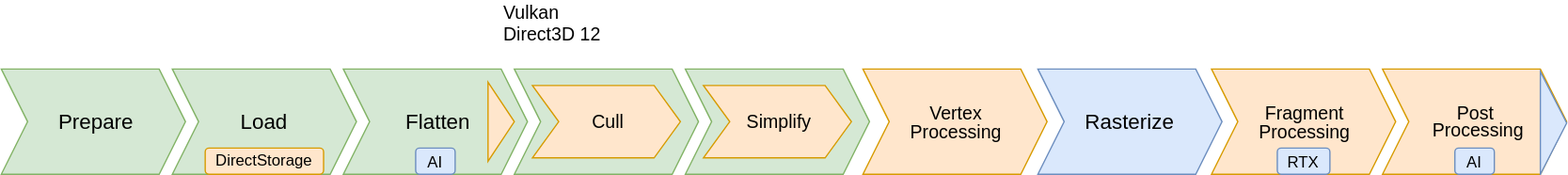
The draw.io diagram assets/images/graphics-pipeline-specialization.svg in TheCandidStartup/TheCandidStartup.github.io, before a commit. Source tidied: cells renumbered, new cells last; positions are measured from the earlier drawing's top-left corner, leaving out a move shared by most shapes.
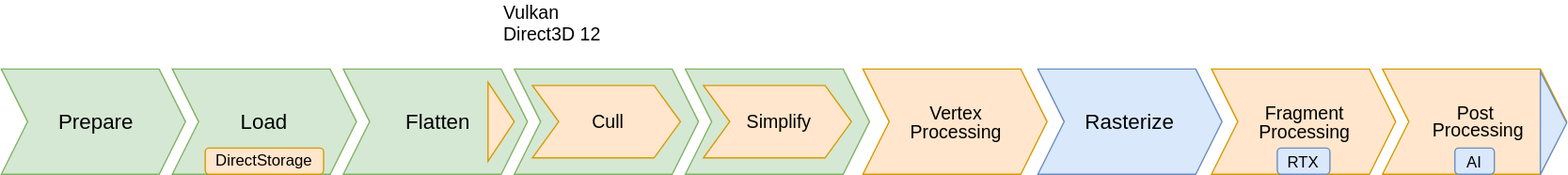
After the change.

Commit message:
Completed first draft

What changed in the source:
```diff
@@ -47,9 +47,6 @@
     <mxCell id="16" value="DirectStorage" style="rounded=1;whiteSpace=wrap;html=1;fontSize=12;fillColor=#ffe6cc;strokeColor=#d79b00;" parent="1" vertex="1">
       <mxGeometry x="155" y="110" width="90" height="20" as="geometry" />
     </mxCell>
-    <mxCell id="17" value="&lt;font style=&quot;font-size: 12px;&quot;&gt;AI&lt;/font&gt;" style="rounded=1;whiteSpace=wrap;html=1;fontSize=14;fillColor=#dae8fc;strokeColor=#6c8ebf;" parent="1" vertex="1">
-      <mxGeometry x="315" y="110" width="30" height="20" as="geometry" />
-    </mxCell>
     <mxCell id="18" value="&lt;font style=&quot;font-size: 12px;&quot;&gt;AI&lt;/font&gt;" style="rounded=1;whiteSpace=wrap;html=1;fontSize=14;fillColor=#dae8fc;strokeColor=#6c8ebf;" parent="1" vertex="1">
       <mxGeometry x="1105" y="110" width="30" height="20" as="geometry" />
     </mxCell>
```
